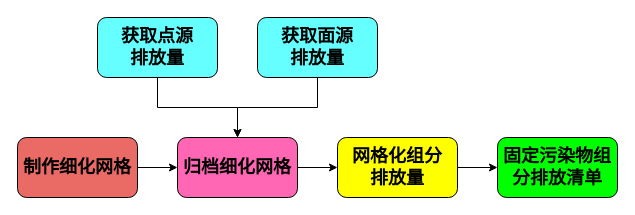
WienWong/Misc keeps this draw.io diagram as 固定污染源源清单.drawio. Above is the earlier version. Source tidied: cells renumbered, new cells numbered last; positions are measured from the earlier drawing's top-left corner, leaving out a move shared by most shapes. Both pictures are drawn from the tidied source at 100%, with x=0, y=0 at pixel (17, 17).
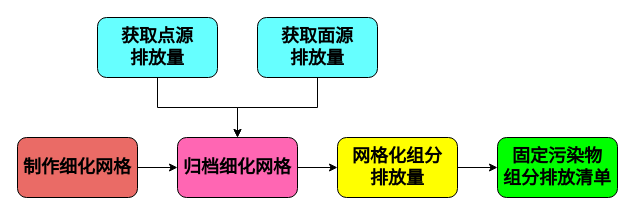
The same page after the edit.

Commit message (it also covers changes not shown here):
Update 固定污染源源清单.drawio

What changed in the source:
```diff
@@
 <mxGraphModel>
   <root>
     <mxCell id="0" />
     <mxCell id="1" parent="0" />
     <mxCell id="2" style="edgeStyle=orthogonalEdgeStyle;rounded=0;jettySize=auto;html=1;exitX=1;exitY=0.5;exitDx=0;exitDy=0;entryX=0;entryY=0.5;entryDx=0;entryDy=0;" parent="1" edge="1" source="3" target="5">
       <mxGeometry relative="1" as="geometry" />
     </mxCell>
     <mxCell id="3" value="&lt;b&gt;&lt;font style=&quot;font-size: 18px&quot;&gt;制作细化网格&lt;/font&gt;&lt;/b&gt;" style="rounded=1;whiteSpace=wrap;html=1;fillColor=#EA6B66;" parent="1" vertex="1">
       <mxGeometry y="120" width="120" height="60" as="geometry" />
     </mxCell>
     <mxCell id="4" style="edgeStyle=orthogonalEdgeStyle;rounded=0;jettySize=auto;html=1;exitX=1;exitY=0.5;exitDx=0;exitDy=0;entryX=0;entryY=0.5;entryDx=0;entryDy=0;" parent="1" edge="1" source="5" target="9">
       <mxGeometry relative="1" as="geometry" />
     </mxCell>
     <mxCell id="5" value="&lt;b&gt;&lt;font style=&quot;font-size: 18px&quot;&gt;归档细化网格&lt;/font&gt;&lt;/b&gt;" style="rounded=1;whiteSpace=wrap;html=1;fillColor=#FF66B3;" parent="1" vertex="1">
       <mxGeometry x="160" y="120" width="120" height="60" as="geometry" />
     </mxCell>
     <mxCell id="6" style="edgeStyle=orthogonalEdgeStyle;rounded=0;jettySize=auto;html=1;exitX=0.5;exitY=1;exitDx=0;exitDy=0;entryX=0.5;entryY=0;entryDx=0;entryDy=0;" parent="1" edge="1" source="7" target="5">
       <mxGeometry relative="1" as="geometry" />
     </mxCell>
     <mxCell id="7" value="&lt;b&gt;&lt;font style=&quot;font-size: 18px&quot;&gt;获取点源&lt;br&gt;排放量&lt;/font&gt;&lt;/b&gt;" style="rounded=1;whiteSpace=wrap;html=1;fillColor=#66FFFF;" parent="1" vertex="1">
       <mxGeometry x="80" width="120" height="60" as="geometry" />
     </mxCell>
     <mxCell id="8" style="edgeStyle=orthogonalEdgeStyle;rounded=0;jettySize=auto;html=1;exitX=1;exitY=0.5;exitDx=0;exitDy=0;entryX=0;entryY=0.5;entryDx=0;entryDy=0;" parent="1" edge="1" source="9" target="10">
       <mxGeometry relative="1" as="geometry" />
     </mxCell>
     <mxCell id="9" value="&lt;b&gt;&lt;font style=&quot;font-size: 18px&quot;&gt;网格化组分&lt;br&gt;排放量&lt;/font&gt;&lt;/b&gt;" style="rounded=1;whiteSpace=wrap;html=1;fillColor=#FFFF00;" parent="1" vertex="1">
       <mxGeometry x="320" y="120" width="120" height="60" as="geometry" />
     </mxCell>
-    <mxCell id="10" value="&lt;b&gt;&lt;font style=&quot;font-size: 18px&quot;&gt;固定污染物组分排放清单&lt;/font&gt;&lt;/b&gt;" style="rounded=1;whiteSpace=wrap;html=1;fillColor=#00FF00;" parent="1" vertex="1">
+    <mxCell id="10" value="&lt;b&gt;&lt;font style=&quot;font-size: 18px&quot;&gt;固定污染物&lt;br&gt;组分排放清单&lt;/font&gt;&lt;/b&gt;" style="rounded=1;whiteSpace=wrap;html=1;fillColor=#00FF00;" parent="1" vertex="1">
       <mxGeometry x="480" y="120" width="120" height="60" as="geometry" />
     </mxCell>
     <mxCell id="11" style="edgeStyle=orthogonalEdgeStyle;rounded=0;jettySize=auto;html=1;exitX=0.5;exitY=1;exitDx=0;exitDy=0;" parent="1" edge="1" source="12" target="5">
       <mxGeometry relative="1" as="geometry" />
     </mxCell>
     <mxCell id="12" value="&lt;b&gt;&lt;font style=&quot;font-size: 18px&quot;&gt;获取面源&lt;br&gt;排放量&lt;/font&gt;&lt;/b&gt;" style="rounded=1;whiteSpace=wrap;html=1;fillColor=#66FFFF;" parent="1" vertex="1">
       <mxGeometry x="240" width="120" height="60" as="geometry" />
     </mxCell>
   </root>
 </mxGraphModel>
```
